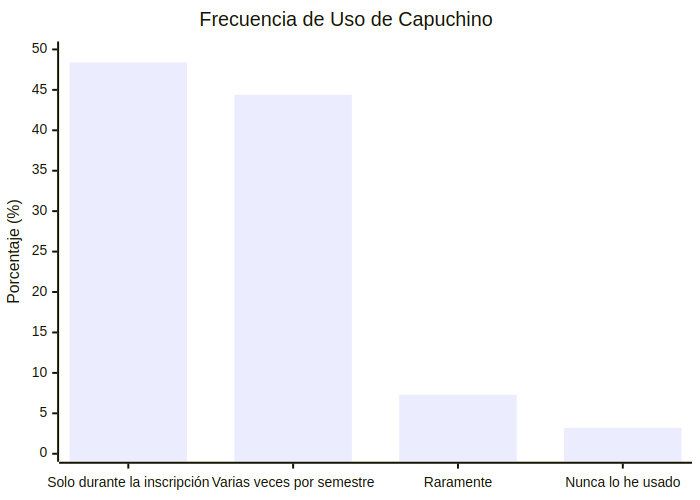
Before: images/diagrams/encuesta_uso_capuchino.png, a diagram exported from Mermaid (smith-3/Taller-Grado-II). Its source is kept beside it as images/diagrams/encuesta_uso_capuchino.mmd. Source of this version:
```mermaid
xychart-beta
    title "Frecuencia de Uso de Capuchino"
    x-axis ["Solo durante la inscripción", "Varias veces por semestre", "Raramente", "Nunca lo he usado"]
    y-axis "Porcentaje (%)" 0 --> 50
    bar [48.4, 44.4, 7.3, 3.2]
```
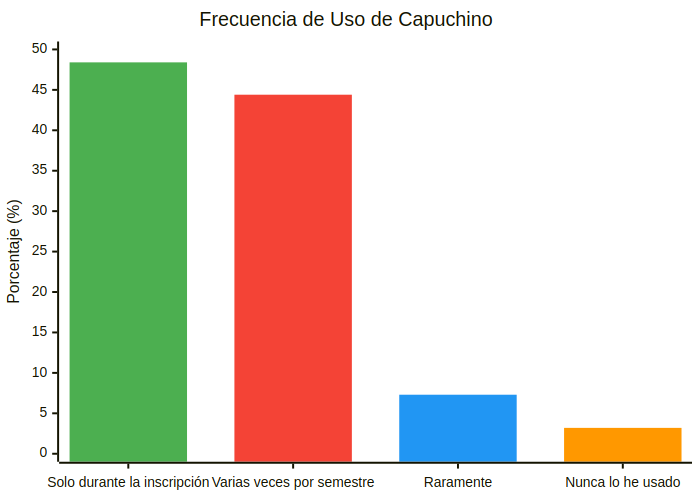
Later version of the same file.

What changed in the source:
```diff
@@ -1,5 +1,16 @@
+%%{init: {
+  'theme': 'default',
+  'themeVariables': {
+    'xyChart': {
+      'plotColorPalette': '#4CAF50, #F44336, #2196F3, #FF9800'
+    }
+  }
+}}%%
 xychart-beta
     title "Frecuencia de Uso de Capuchino"
     x-axis ["Solo durante la inscripción", "Varias veces por semestre", "Raramente", "Nunca lo he usado"]
     y-axis "Porcentaje (%)" 0 --> 50
-    bar [48.4, 44.4, 7.3, 3.2]
+    bar [48.4, -1.9, -1.9, -1.9]
+    bar [-1.9, 44.4, -1.9, -1.9]
+    bar [-1.9, -1.9, 7.3, -1.9]
+    bar [-1.9, -1.9, -1.9, 3.2]
```
